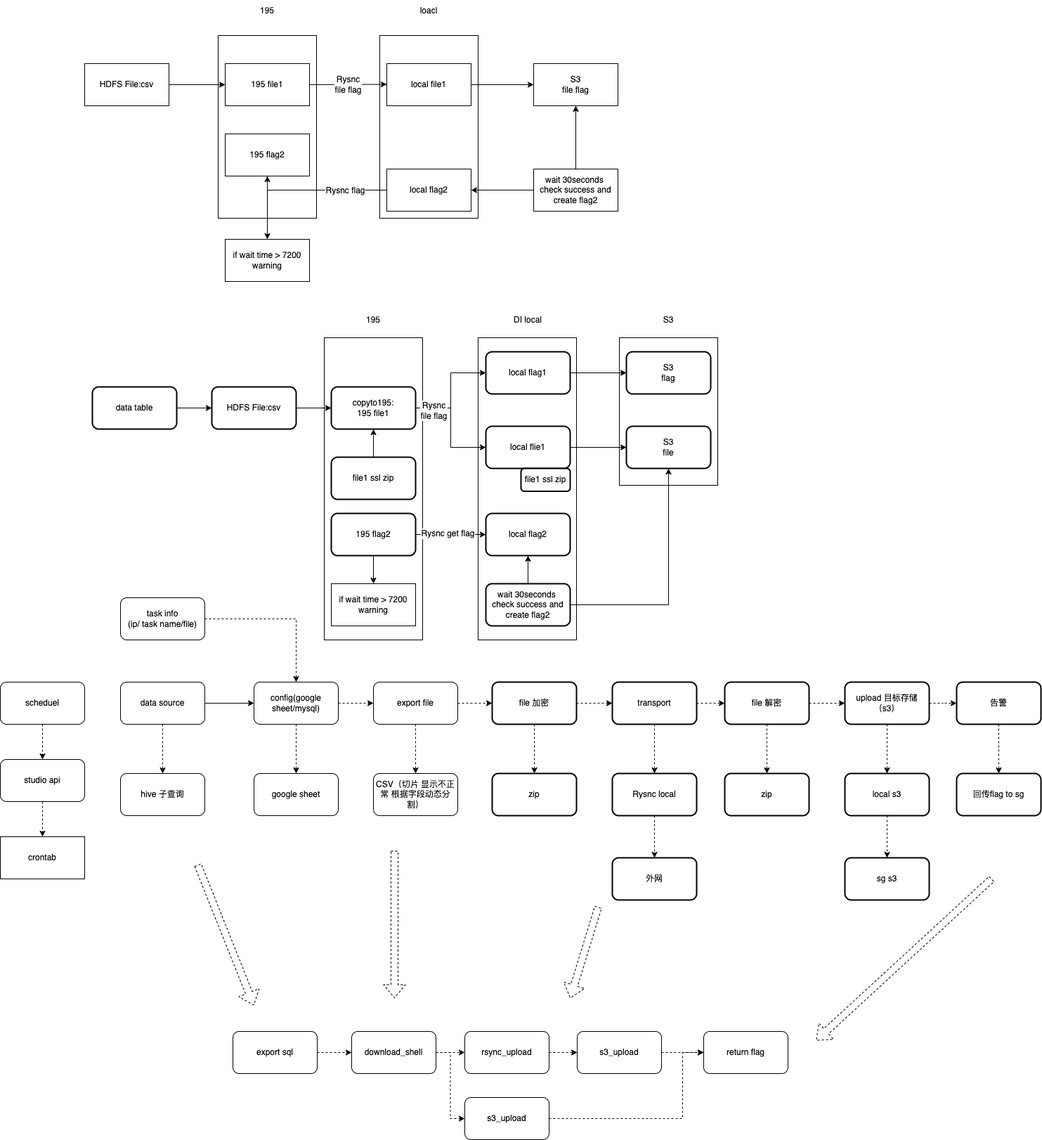
Above: test.drawio.png in a490888602/draw (draw.io), before the change. Source tidied: cells renumbered, new cells last; positions are measured from the earlier drawing's top-left corner, leaving out a move shared by most shapes.
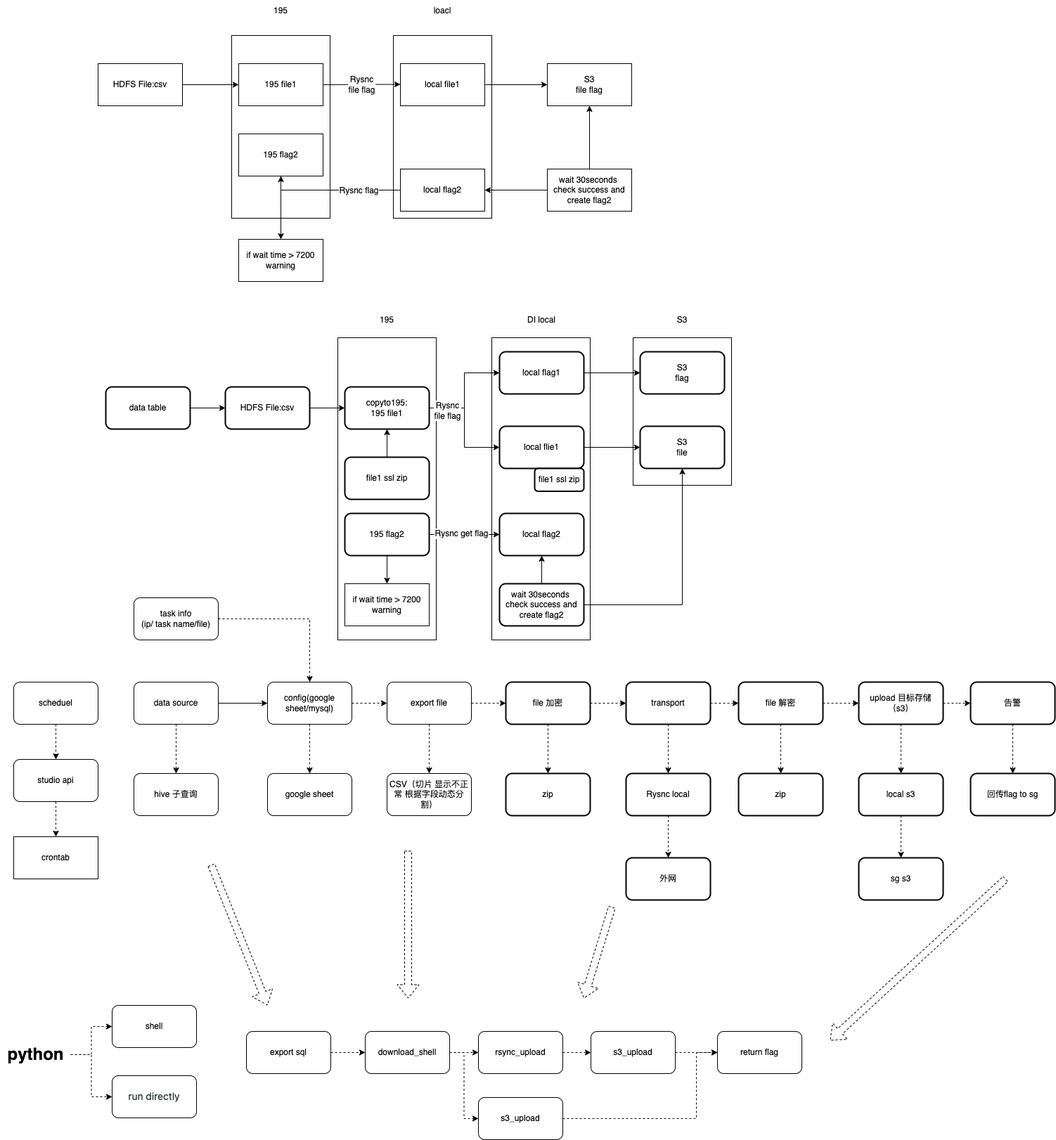
After the change.

What changed in the source:
```diff
@@ -360,5 +360,20 @@
         <mxPoint x="1161" y="1480" as="targetPoint" />
       </mxGeometry>
     </mxCell>
+    <mxCell id="113" style="edgeStyle=orthogonalEdgeStyle;rounded=0;jettySize=auto;html=1;entryX=0;entryY=0.5;entryDx=0;entryDy=0;dashed=1;" parent="1" edge="1" source="115" target="116">
+      <mxGeometry relative="1" as="geometry" />
+    </mxCell>
+    <mxCell id="114" style="edgeStyle=orthogonalEdgeStyle;rounded=0;jettySize=auto;html=1;entryX=0;entryY=0.5;entryDx=0;entryDy=0;dashed=1;" parent="1" edge="1" source="115" target="117">
+      <mxGeometry relative="1" as="geometry" />
+    </mxCell>
+    <mxCell id="115" value="python" style="text;strokeColor=none;fillColor=none;html=1;fontSize=24;fontStyle=1;verticalAlign=middle;align=center;" parent="1" vertex="1">
+      <mxGeometry x="-19" y="1480" width="100" height="40" as="geometry" />
+    </mxCell>
+    <mxCell id="116" value="shell" style="rounded=1;whiteSpace=wrap;html=1;" parent="1" vertex="1">
+      <mxGeometry x="140" y="1430" width="120" height="60" as="geometry" />
+    </mxCell>
+    <mxCell id="117" value="&lt;span style=&quot;color: rgb(24, 32, 38); font-family: -apple-system, &amp;quot;system-ui&amp;quot;, &amp;quot;Segoe UI&amp;quot;, Roboto, Oxygen, Ubuntu, Cantarell, &amp;quot;Open Sans&amp;quot;, &amp;quot;Helvetica Neue&amp;quot;, Icons16, sans-serif; font-size: 14px; text-align: start; background-color: rgb(255, 255, 255);&quot;&gt;run directly&lt;/span&gt;" style="rounded=1;whiteSpace=wrap;html=1;" parent="1" vertex="1">
+      <mxGeometry x="140" y="1530" width="120" height="60" as="geometry" />
+    </mxCell>
   </root>
 </mxGraphModel>
```
